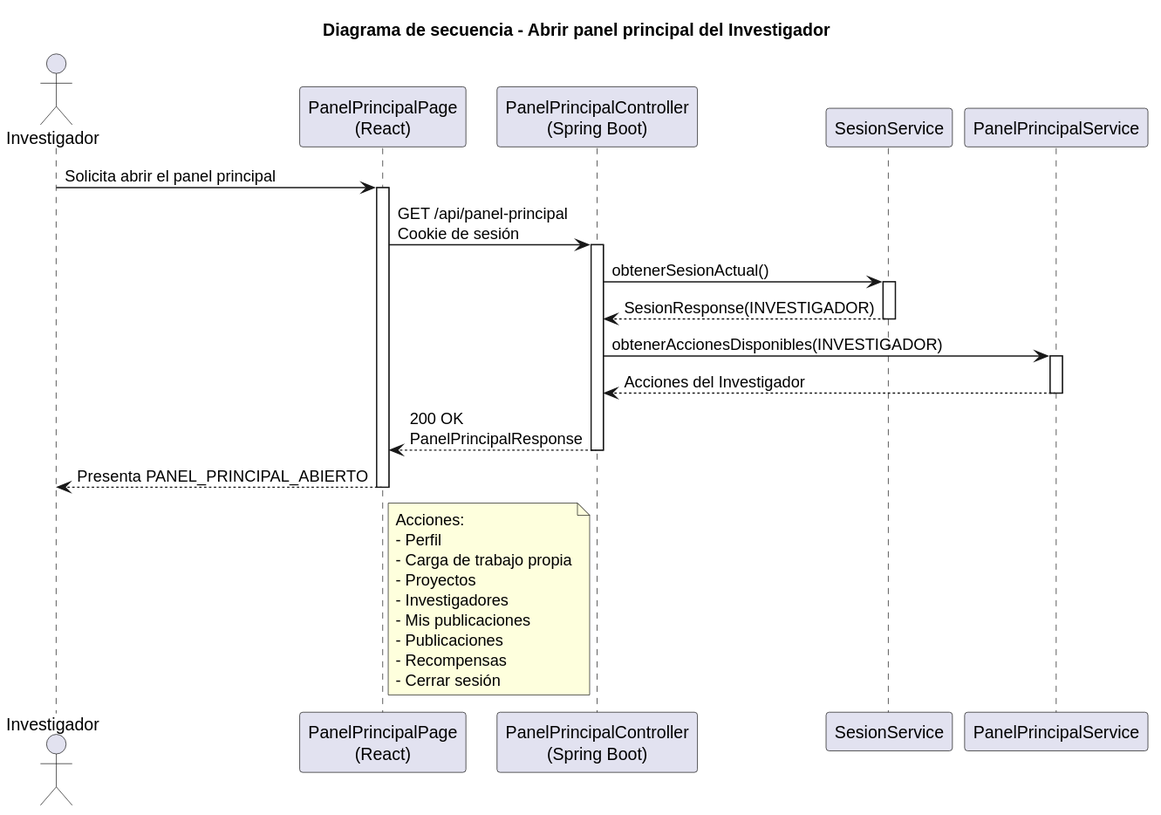
Before: images/RUP/02-diseño/casos-uso/investigador/abrirPanelPrincipal/secuencia.svg, a diagram exported from PlantUML (beatriizorozco/25-26-idsw2-sdVC). Its diagram source:
```plantuml
@startuml
title Diagrama de secuencia - Abrir panel principal del Investigador

actor Investigador
participant "PanelPrincipalPage\n(React)" as Frontend
participant "PanelPrincipalController\n(Spring Boot)" as Api
participant "SesionService" as Sesion
participant "PanelPrincipalService" as Panel

Investigador -> Frontend: Solicita abrir el panel principal
activate Frontend
Frontend -> Api: GET /api/panel-principal\nCookie de sesión
activate Api
Api -> Sesion: obtenerSesionActual()
activate Sesion
Sesion --> Api: SesionResponse(INVESTIGADOR)
deactivate Sesion
Api -> Panel: obtenerAccionesDisponibles(INVESTIGADOR)
activate Panel
Panel --> Api: Acciones del Investigador
deactivate Panel
Api --> Frontend: 200 OK\nPanelPrincipalResponse
deactivate Api
Frontend --> Investigador: Presenta PANEL_PRINCIPAL_ABIERTO

note right of Frontend
Acciones:
- Perfil
- Carga de trabajo propia
- Proyectos
- Investigadores
- Mis publicaciones
- Publicaciones
- Recompensas
- Cerrar sesión
end note

deactivate Frontend
@enduml
```
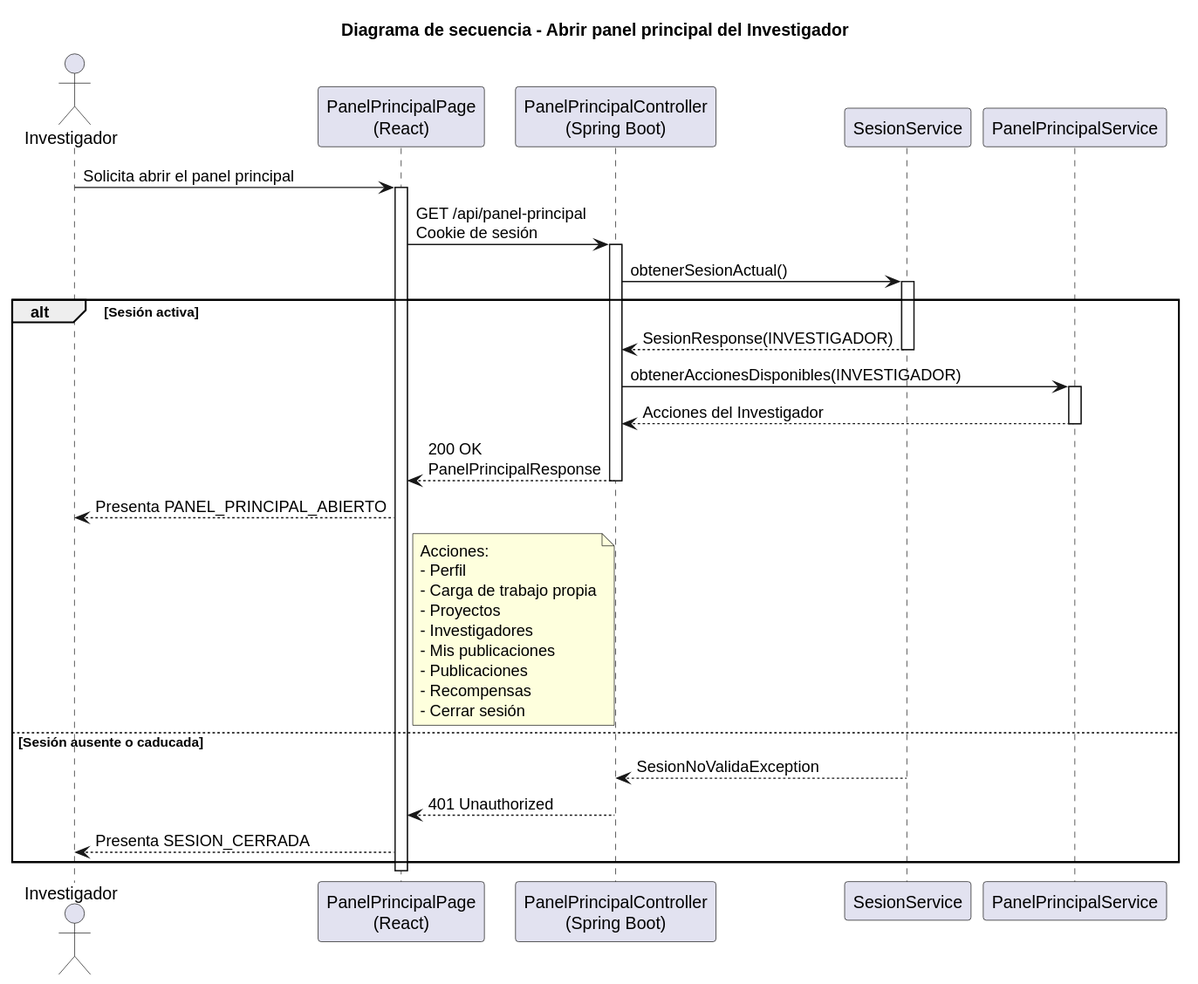
After the change.

Diff of the diagram source:
```diff
@@ -13,27 +13,35 @@
 activate Api
 Api -> Sesion: obtenerSesionActual()
 activate Sesion
-Sesion --> Api: SesionResponse(INVESTIGADOR)
-deactivate Sesion
-Api -> Panel: obtenerAccionesDisponibles(INVESTIGADOR)
-activate Panel
-Panel --> Api: Acciones del Investigador
-deactivate Panel
-Api --> Frontend: 200 OK\nPanelPrincipalResponse
-deactivate Api
-Frontend --> Investigador: Presenta PANEL_PRINCIPAL_ABIERTO
+alt Sesión activa
+    Sesion --> Api: SesionResponse(INVESTIGADOR)
+    deactivate Sesion
+    Api -> Panel: obtenerAccionesDisponibles(INVESTIGADOR)
+    activate Panel
+    Panel --> Api: Acciones del Investigador
+    deactivate Panel
+    Api --> Frontend: 200 OK\nPanelPrincipalResponse
+    deactivate Api
+    Frontend --> Investigador: Presenta PANEL_PRINCIPAL_ABIERTO
 
-note right of Frontend
-Acciones:
-- Perfil
-- Carga de trabajo propia
-- Proyectos
-- Investigadores
-- Mis publicaciones
-- Publicaciones
-- Recompensas
-- Cerrar sesión
-end note
+    note right of Frontend
+    Acciones:
+    - Perfil
+    - Carga de trabajo propia
+    - Proyectos
+    - Investigadores
+    - Mis publicaciones
+    - Publicaciones
+    - Recompensas
+    - Cerrar sesión
+    end note
+else Sesión ausente o caducada
+    Sesion --> Api: SesionNoValidaException
+    deactivate Sesion
+    Api --> Frontend: 401 Unauthorized
+    deactivate Api
+    Frontend --> Investigador: Presenta SESION_CERRADA
+end
 
 deactivate Frontend
 @enduml
```
